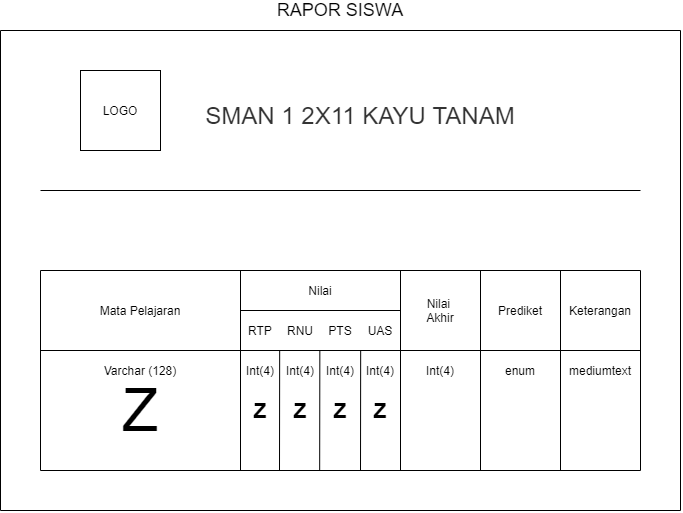
Earlier version of the draw.io export SKRIPSI WEB PENGOLAHAN NILAI SISWA/ARSIP/WIRE FRAME/MASTER DESAIN DIAGRAM WEB PENGOLAHAN NILAI SISWA-FRAME-Rapor.png (Khairul122/JK-WebPengolahanNilaiSiswa-ED). Source tidied: cells renumbered, new cells last; positions are measured from the earlier drawing's top-left corner, leaving out a move shared by most shapes.
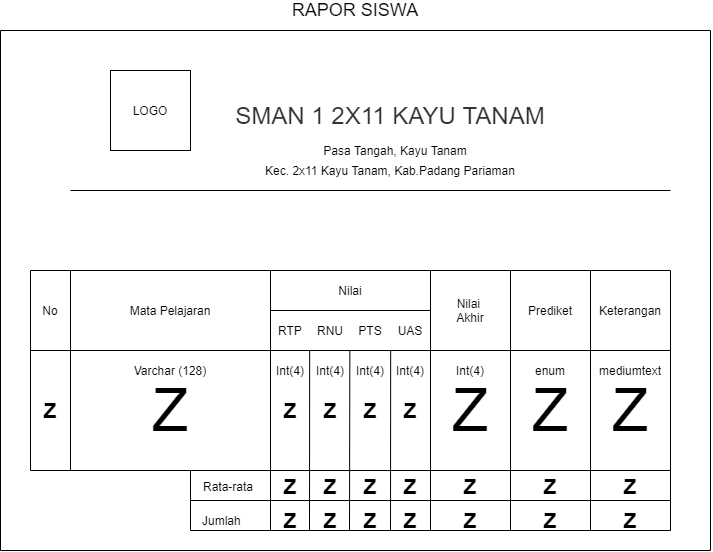
Above is the later version.

The edit, as a diff of the source:
```diff
@@ -16,22 +16,21 @@
     </mxCell>
     <mxCell id="5" style="endArrow=none;html=1;" parent="1" edge="1">
       <mxGeometry relative="1" as="geometry">
-        <mxPoint x="40" y="270" as="sourcePoint" />
+        <mxPoint y="270" as="sourcePoint" />
         <mxPoint x="640" y="270" as="targetPoint" />
       </mxGeometry>
     </mxCell>
     <mxCell id="6" style="endArrow=none;html=1;" parent="1" edge="1">
       <mxGeometry relative="1" as="geometry">
-        <mxPoint x="40" y="350" as="sourcePoint" />
+        <mxPoint y="350" as="sourcePoint" />
         <mxPoint x="640" y="350" as="targetPoint" />
       </mxGeometry>
     </mxCell>
     <mxCell id="7" value="Mata Pelajaran" style="text;html=1;strokeColor=none;fillColor=none;align=center;verticalAlign=middle;whiteSpace=wrap;rounded=0;" parent="1" vertex="1">
       <mxGeometry x="90" y="300" width="100" height="20" as="geometry" />
     </mxCell>
-    <mxCell id="8" style="endArrow=none;html=1;" parent="1" edge="1">
+    <mxCell id="8" style="endArrow=none;html=1;exitX=1;exitY=1;exitDx=0;exitDy=0;" parent="1" edge="1" source="56">
       <mxGeometry relative="1" as="geometry">
-        <mxPoint x="240" y="470" as="sourcePoint" />
         <mxPoint x="240" y="270" as="targetPoint" />
       </mxGeometry>
     </mxCell>
@@ -40,7 +39,7 @@
     </mxCell>
     <mxCell id="10" style="endArrow=none;html=1;" parent="1" edge="1">
       <mxGeometry relative="1" as="geometry">
-        <mxPoint x="400" y="470" as="sourcePoint" />
+        <mxPoint x="400" y="530" as="sourcePoint" />
         <mxPoint x="400" y="270" as="targetPoint" />
       </mxGeometry>
     </mxCell>
@@ -67,19 +66,19 @@
     </mxCell>
     <mxCell id="17" style="endArrow=none;html=1;" parent="1" edge="1">
       <mxGeometry relative="1" as="geometry">
-        <mxPoint x="279" y="470" as="sourcePoint" />
+        <mxPoint x="279" y="530" as="sourcePoint" />
         <mxPoint x="279.2" y="350" as="targetPoint" />
       </mxGeometry>
     </mxCell>
     <mxCell id="18" style="endArrow=none;html=1;" parent="1" edge="1">
       <mxGeometry relative="1" as="geometry">
-        <mxPoint x="319.2" y="470" as="sourcePoint" />
+        <mxPoint x="319" y="530" as="sourcePoint" />
         <mxPoint x="319.3" y="350" as="targetPoint" />
       </mxGeometry>
     </mxCell>
     <mxCell id="19" style="endArrow=none;html=1;" parent="1" edge="1">
       <mxGeometry relative="1" as="geometry">
-        <mxPoint x="360" y="470" as="sourcePoint" />
+        <mxPoint x="360" y="530" as="sourcePoint" />
         <mxPoint x="360.2" y="350" as="targetPoint" />
       </mxGeometry>
     </mxCell>
@@ -97,7 +96,7 @@
     </mxCell>
     <mxCell id="24" style="endArrow=none;html=1;" parent="1" edge="1">
       <mxGeometry relative="1" as="geometry">
-        <mxPoint x="480" y="470" as="sourcePoint" />
+        <mxPoint x="480" y="530" as="sourcePoint" />
         <mxPoint x="480" y="270" as="targetPoint" />
       </mxGeometry>
     </mxCell>
@@ -109,13 +108,13 @@
     </mxCell>
     <mxCell id="27" style="endArrow=none;html=1;" parent="1" edge="1">
       <mxGeometry relative="1" as="geometry">
-        <mxPoint x="560" y="470" as="sourcePoint" />
+        <mxPoint x="560" y="530" as="sourcePoint" />
         <mxPoint x="560" y="270" as="targetPoint" />
       </mxGeometry>
     </mxCell>
     <mxCell id="28" style="endArrow=none;html=1;" parent="1" edge="1">
       <mxGeometry relative="1" as="geometry">
-        <mxPoint x="640" y="470" as="sourcePoint" />
+        <mxPoint x="640" y="530" as="sourcePoint" />
         <mxPoint x="640" y="270" as="targetPoint" />
       </mxGeometry>
     </mxCell>
@@ -124,37 +123,37 @@
     </mxCell>
     <mxCell id="30" style="endArrow=none;html=1;" parent="1" edge="1">
       <mxGeometry relative="1" as="geometry">
-        <mxPoint x="40" y="470" as="sourcePoint" />
-        <mxPoint x="40" y="270" as="targetPoint" />
+        <mxPoint y="470" as="sourcePoint" />
+        <mxPoint y="270" as="targetPoint" />
       </mxGeometry>
     </mxCell>
     <mxCell id="31" style="endArrow=none;html=1;" parent="1" edge="1">
       <mxGeometry relative="1" as="geometry">
-        <mxPoint x="40" y="470" as="sourcePoint" />
+        <mxPoint y="470" as="sourcePoint" />
         <mxPoint x="640" y="470" as="targetPoint" />
       </mxGeometry>
     </mxCell>
     <mxCell id="32" style="endArrow=none;html=1;" parent="1" edge="1">
       <mxGeometry relative="1" as="geometry">
-        <mxPoint x="680" y="510" as="sourcePoint" />
+        <mxPoint x="680" y="550" as="sourcePoint" />
         <mxPoint x="680" y="30" as="targetPoint" />
       </mxGeometry>
     </mxCell>
     <mxCell id="33" style="endArrow=none;html=1;" parent="1" edge="1">
       <mxGeometry relative="1" as="geometry">
-        <mxPoint y="510" as="sourcePoint" />
-        <mxPoint y="30" as="targetPoint" />
+        <mxPoint x="-30" y="550" as="sourcePoint" />
+        <mxPoint x="-30" y="30" as="targetPoint" />
       </mxGeometry>
     </mxCell>
     <mxCell id="34" style="endArrow=none;html=1;" parent="1" edge="1">
       <mxGeometry relative="1" as="geometry">
-        <mxPoint y="510" as="sourcePoint" />
-        <mxPoint x="680" y="510" as="targetPoint" />
+        <mxPoint x="-30" y="550" as="sourcePoint" />
+        <mxPoint x="680" y="550" as="targetPoint" />
       </mxGeometry>
     </mxCell>
     <mxCell id="35" style="endArrow=none;html=1;" parent="1" edge="1">
       <mxGeometry relative="1" as="geometry">
-        <mxPoint y="30" as="sourcePoint" />
+        <mxPoint x="-30" y="30" as="sourcePoint" />
         <mxPoint x="680" y="30" as="targetPoint" />
       </mxGeometry>
     </mxCell>
@@ -183,7 +182,100 @@
       <mxGeometry x="560" y="360" width="80" height="20" as="geometry" />
     </mxCell>
     <mxCell id="44" value="&lt;font style=&quot;font-size: 18px&quot;&gt;RAPOR SISWA&lt;/font&gt;" style="text;html=1;strokeColor=none;fillColor=none;align=center;verticalAlign=middle;whiteSpace=wrap;rounded=0;" parent="1" vertex="1">
-      <mxGeometry width="680" height="20" as="geometry" />
+      <mxGeometry x="-30" width="710" height="20" as="geometry" />
     </mxCell>
+    <mxCell id="45" style="endArrow=none;html=1;" parent="1" edge="1">
+      <mxGeometry relative="1" as="geometry">
+        <mxPoint x="40" y="470" as="sourcePoint" />
+        <mxPoint x="40" y="270" as="targetPoint" />
+      </mxGeometry>
+    </mxCell>
+    <mxCell id="46" value="&lt;p class=&quot;MsoNormal&quot;&gt;Pasa Tangah, Kayu Tanam&lt;/p&gt;" style="text;html=1;strokeColor=none;fillColor=none;align=center;verticalAlign=middle;whiteSpace=wrap;rounded=0;" parent="1" vertex="1">
+      <mxGeometry x="210" y="140" width="310" height="20" as="geometry" />
+    </mxCell>
+    <mxCell id="47" value="&lt;p class=&quot;MsoNormal&quot;&gt;&lt;span style=&quot;font-size: 9pt ; line-height: 107% ; font-family: &amp;#34;helvetica&amp;#34; , sans-serif&quot;&gt;Kec. 2x11 Kayu Tanam, Kab.&lt;/span&gt;&lt;span style=&quot;font-size: 9pt ; line-height: 107% ; font-family: &amp;#34;helvetica&amp;#34; , sans-serif&quot;&gt;&lt;span&gt;Padang&amp;nbsp;Pariaman&lt;/span&gt;&lt;/span&gt;&lt;/p&gt;" style="text;html=1;strokeColor=none;fillColor=none;align=center;verticalAlign=middle;whiteSpace=wrap;rounded=0;" parent="1" vertex="1">
+      <mxGeometry x="205" y="160" width="310" height="20" as="geometry" />
+    </mxCell>
+    <mxCell id="48" value="No" style="text;html=1;strokeColor=none;fillColor=none;align=center;verticalAlign=middle;whiteSpace=wrap;rounded=0;" parent="1" vertex="1">
+      <mxGeometry y="300" width="40" height="20" as="geometry" />
+    </mxCell>
+    <mxCell id="49" value="&lt;b&gt;&lt;font style=&quot;font-size: 21px&quot;&gt;Z&lt;/font&gt;&lt;/b&gt;" style="text;html=1;strokeColor=none;fillColor=none;align=center;verticalAlign=middle;whiteSpace=wrap;rounded=0;" parent="1" vertex="1">
+      <mxGeometry y="400" width="40" height="20" as="geometry" />
+    </mxCell>
+    <mxCell id="50" value="&lt;font style=&quot;font-size: 60px&quot;&gt;Z&lt;/font&gt;" style="text;html=1;strokeColor=none;fillColor=none;align=center;verticalAlign=middle;whiteSpace=wrap;rounded=0;" parent="1" vertex="1">
+      <mxGeometry x="420" y="400" width="40" height="20" as="geometry" />
+    </mxCell>
+    <mxCell id="51" value="&lt;font style=&quot;font-size: 60px&quot;&gt;Z&lt;/font&gt;" style="text;html=1;strokeColor=none;fillColor=none;align=center;verticalAlign=middle;whiteSpace=wrap;rounded=0;" parent="1" vertex="1">
+      <mxGeometry x="500" y="400" width="40" height="20" as="geometry" />
+    </mxCell>
+    <mxCell id="52" value="&lt;font style=&quot;font-size: 60px&quot;&gt;Z&lt;/font&gt;" style="text;html=1;strokeColor=none;fillColor=none;align=center;verticalAlign=middle;whiteSpace=wrap;rounded=0;" parent="1" vertex="1">
+      <mxGeometry x="580" y="400" width="40" height="20" as="geometry" />
+    </mxCell>
+    <mxCell id="53" style="endArrow=none;html=1;" parent="1" edge="1">
+      <mxGeometry relative="1" as="geometry">
+        <mxPoint x="160" y="500" as="sourcePoint" />
+        <mxPoint x="640" y="500" as="targetPoint" />
+      </mxGeometry>
+    </mxCell>
+    <mxCell id="54" value="Rata-rata" style="text;html=1;strokeColor=none;fillColor=none;align=left;verticalAlign=middle;whiteSpace=wrap;rounded=0;" parent="1" vertex="1">
+      <mxGeometry x="171" y="476" width="70" height="20" as="geometry" />
+    </mxCell>
+    <mxCell id="55" style="endArrow=none;html=1;" parent="1" edge="1">
+      <mxGeometry relative="1" as="geometry">
+        <mxPoint x="160" y="530" as="sourcePoint" />
+        <mxPoint x="160" y="470" as="targetPoint" />
+      </mxGeometry>
+    </mxCell>
+    <mxCell id="56" value="Jumlah" style="text;html=1;strokeColor=none;fillColor=none;align=left;verticalAlign=middle;whiteSpace=wrap;rounded=0;" parent="1" vertex="1">
+      <mxGeometry x="170" y="510" width="70" height="20" as="geometry" />
+    </mxCell>
+    <mxCell id="57" style="endArrow=none;html=1;" parent="1" edge="1">
+      <mxGeometry relative="1" as="geometry">
+        <mxPoint x="160" y="530" as="sourcePoint" />
+        <mxPoint x="640" y="530" as="targetPoint" />
+      </mxGeometry>
+    </mxCell>
+    <mxCell id="58" value="&lt;b&gt;&lt;font style=&quot;font-size: 21px&quot;&gt;Z&lt;/font&gt;&lt;/b&gt;" style="text;html=1;strokeColor=none;fillColor=none;align=center;verticalAlign=middle;whiteSpace=wrap;rounded=0;" parent="1" vertex="1">
+      <mxGeometry x="240" y="476" width="40" height="20" as="geometry" />
+    </mxCell>
+    <mxCell id="59" value="&lt;b&gt;&lt;font style=&quot;font-size: 21px&quot;&gt;Z&lt;/font&gt;&lt;/b&gt;" style="text;html=1;strokeColor=none;fillColor=none;align=center;verticalAlign=middle;whiteSpace=wrap;rounded=0;" parent="1" vertex="1">
+      <mxGeometry x="240" y="510" width="40" height="20" as="geometry" />
+    </mxCell>
+    <mxCell id="60" value="&lt;b&gt;&lt;font style=&quot;font-size: 21px&quot;&gt;Z&lt;/font&gt;&lt;/b&gt;" style="text;html=1;strokeColor=none;fillColor=none;align=center;verticalAlign=middle;whiteSpace=wrap;rounded=0;" parent="1" vertex="1">
+      <mxGeometry x="280" y="476" width="40" height="20" as="geometry" />
+    </mxCell>
+    <mxCell id="61" value="&lt;b&gt;&lt;font style=&quot;font-size: 21px&quot;&gt;Z&lt;/font&gt;&lt;/b&gt;" style="text;html=1;strokeColor=none;fillColor=none;align=center;verticalAlign=middle;whiteSpace=wrap;rounded=0;" parent="1" vertex="1">
+      <mxGeometry x="280" y="510" width="40" height="20" as="geometry" />
+    </mxCell>
+    <mxCell id="62" value="&lt;b&gt;&lt;font style=&quot;font-size: 21px&quot;&gt;Z&lt;/font&gt;&lt;/b&gt;" style="text;html=1;strokeColor=none;fillColor=none;align=center;verticalAlign=middle;whiteSpace=wrap;rounded=0;" parent="1" vertex="1">
+      <mxGeometry x="320" y="476" width="40" height="20" as="geometry" />
+    </mxCell>
+    <mxCell id="63" value="&lt;b&gt;&lt;font style=&quot;font-size: 21px&quot;&gt;Z&lt;/font&gt;&lt;/b&gt;" style="text;html=1;strokeColor=none;fillColor=none;align=center;verticalAlign=middle;whiteSpace=wrap;rounded=0;" parent="1" vertex="1">
+      <mxGeometry x="320" y="510" width="40" height="20" as="geometry" />
+    </mxCell>
+    <mxCell id="64" value="&lt;b&gt;&lt;font style=&quot;font-size: 21px&quot;&gt;Z&lt;/font&gt;&lt;/b&gt;" style="text;html=1;strokeColor=none;fillColor=none;align=center;verticalAlign=middle;whiteSpace=wrap;rounded=0;" parent="1" vertex="1">
+      <mxGeometry x="360" y="476" width="40" height="20" as="geometry" />
+    </mxCell>
+    <mxCell id="65" value="&lt;b&gt;&lt;font style=&quot;font-size: 21px&quot;&gt;Z&lt;/font&gt;&lt;/b&gt;" style="text;html=1;strokeColor=none;fillColor=none;align=center;verticalAlign=middle;whiteSpace=wrap;rounded=0;" parent="1" vertex="1">
+      <mxGeometry x="360" y="510" width="40" height="20" as="geometry" />
+    </mxCell>
+    <mxCell id="66" value="&lt;b&gt;&lt;font style=&quot;font-size: 21px&quot;&gt;Z&lt;/font&gt;&lt;/b&gt;" style="text;html=1;strokeColor=none;fillColor=none;align=center;verticalAlign=middle;whiteSpace=wrap;rounded=0;" parent="1" vertex="1">
+      <mxGeometry x="420" y="476" width="40" height="20" as="geometry" />
+    </mxCell>
+    <mxCell id="67" value="&lt;b&gt;&lt;font style=&quot;font-size: 21px&quot;&gt;Z&lt;/font&gt;&lt;/b&gt;" style="text;html=1;strokeColor=none;fillColor=none;align=center;verticalAlign=middle;whiteSpace=wrap;rounded=0;" parent="1" vertex="1">
+      <mxGeometry x="420" y="510" width="40" height="20" as="geometry" />
+    </mxCell>
+    <mxCell id="68" value="&lt;b&gt;&lt;font style=&quot;font-size: 21px&quot;&gt;Z&lt;/font&gt;&lt;/b&gt;" style="text;html=1;strokeColor=none;fillColor=none;align=center;verticalAlign=middle;whiteSpace=wrap;rounded=0;" parent="1" vertex="1">
+      <mxGeometry x="500" y="476" width="40" height="20" as="geometry" />
+    </mxCell>
+    <mxCell id="69" value="&lt;b&gt;&lt;font style=&quot;font-size: 21px&quot;&gt;Z&lt;/font&gt;&lt;/b&gt;" style="text;html=1;strokeColor=none;fillColor=none;align=center;verticalAlign=middle;whiteSpace=wrap;rounded=0;" parent="1" vertex="1">
+      <mxGeometry x="500" y="510" width="40" height="20" as="geometry" />
+    </mxCell>
+    <mxCell id="70" value="&lt;b&gt;&lt;font style=&quot;font-size: 21px&quot;&gt;Z&lt;/font&gt;&lt;/b&gt;" style="text;html=1;strokeColor=none;fillColor=none;align=center;verticalAlign=middle;whiteSpace=wrap;rounded=0;" parent="1" vertex="1">
+      <mxGeometry x="580" y="476" width="40" height="20" as="geometry" />
+    </mxCell>
+    <mxCell id="71" value="&lt;b&gt;&lt;font style=&quot;font-size: 21px&quot;&gt;Z&lt;/font&gt;&lt;/b&gt;" style="text;html=1;strokeColor=none;fillColor=none;align=center;verticalAlign=middle;whiteSpace=wrap;rounded=0;" parent="1" vertex="1">
+      <mxGeometry x="580" y="510" width="40" height="20" as="geometry" />
+    </mxCell>
   </root>
 </mxGraphModel>
```
